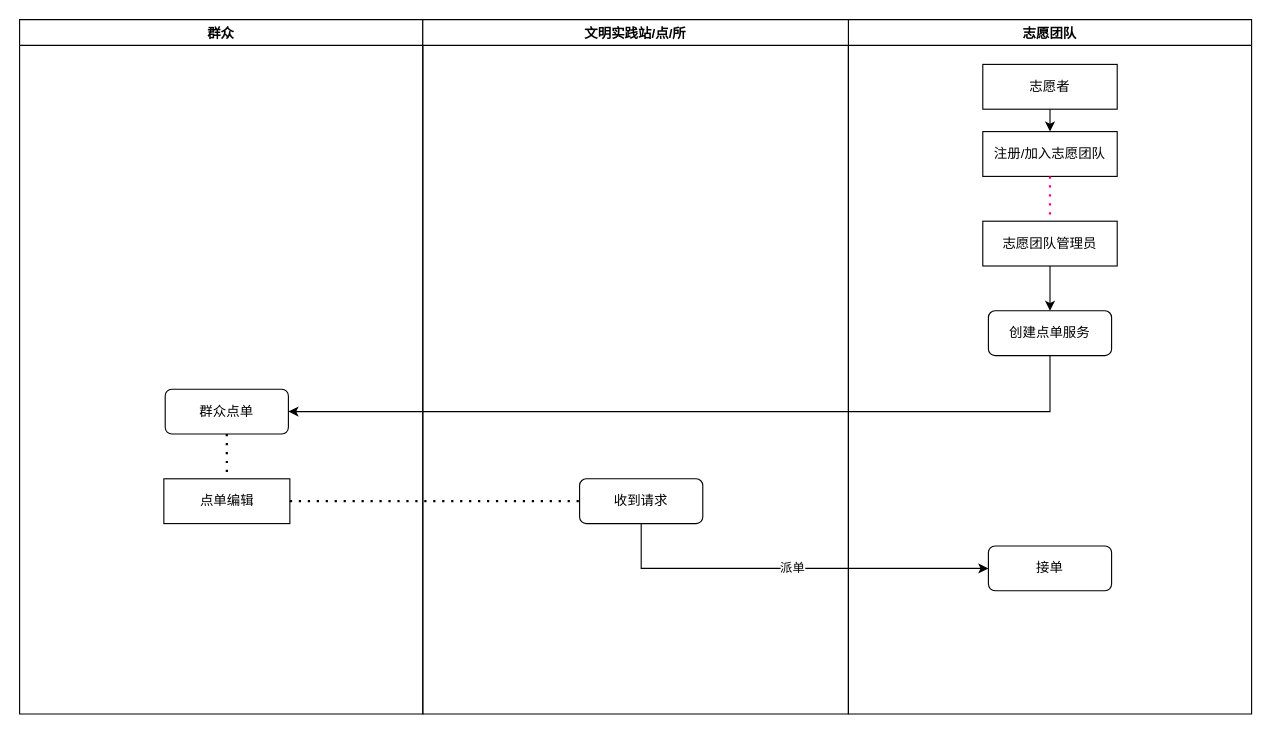
Before: 文明实践-群众点单.drawio in KZ137onethe/hello-world, a draw.io diagram. Source tidied: cells renumbered, new cells numbered last; positions are measured from the earlier drawing's top-left corner, leaving out a move shared by most shapes. Both pictures are drawn from the tidied source at 112%, with x=0, y=0 at pixel (19, 19).
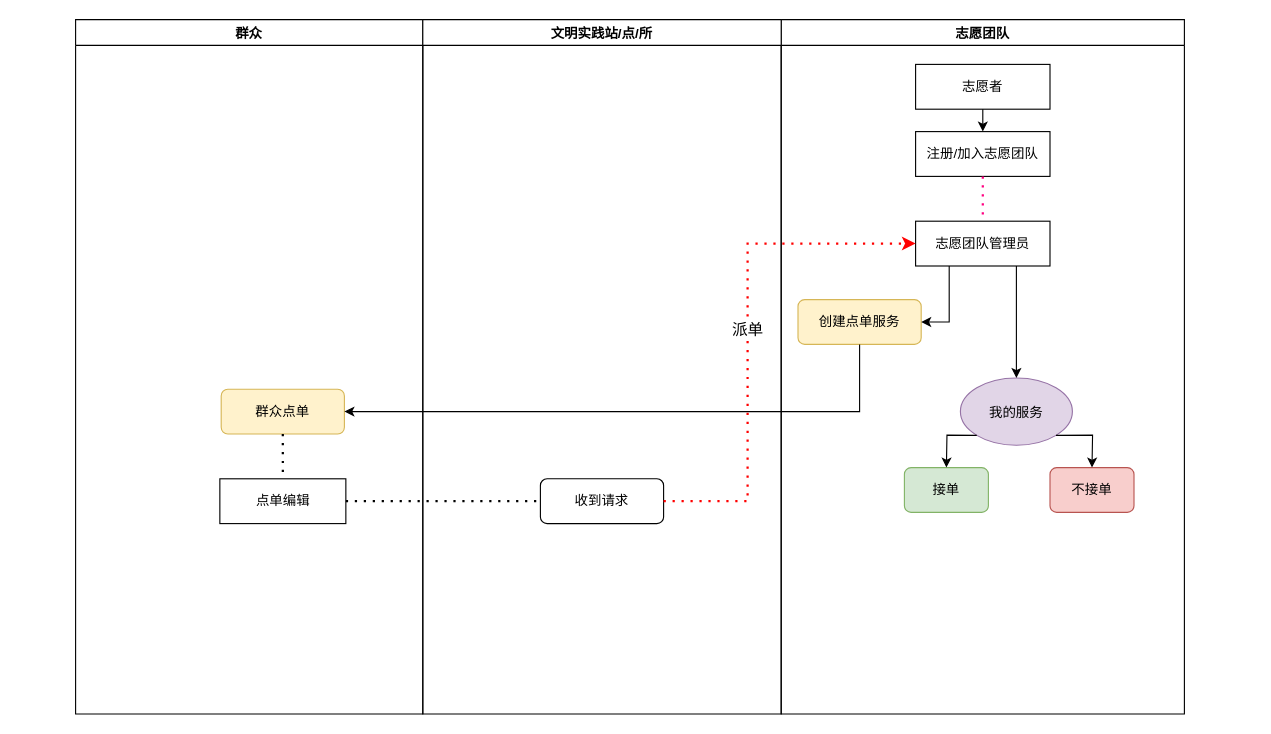
The same diagram, later.

Commit message (it also covers changes not shown here):
文明实践-群众点单.drawio

Unchanged cells that the change refers to:
```xml
<mxCell id="4" value="点单编辑" style="rounded=0;whiteSpace=wrap;html=1;fontColor=default;strokeColor=default;fillColor=default;" parent="2" vertex="1">
  <mxGeometry x="128.8" y="410" width="112.5" height="40" as="geometry" />
</mxCell>
<mxCell id="11" value="&lt;span&gt;志愿团队管理员&lt;/span&gt;" style="rounded=0;whiteSpace=wrap;html=1;fontColor=default;strokeColor=default;fillColor=default;" parent="6" vertex="1">
  <mxGeometry x="120" y="180" width="120" height="40" as="geometry" />
</mxCell>
```

Diff of the diagram source:
```diff
@@
     <mxCell id="2" value="群众" style="swimlane;fillColor=default;strokeColor=default;fontColor=default;" parent="1" vertex="1">
-      <mxGeometry width="360" height="620" as="geometry" />
+      <mxGeometry x="50" width="310" height="620" as="geometry" />
     </mxCell>
-    <mxCell id="3" value="群众点单" style="rounded=1;whiteSpace=wrap;html=1;fillColor=default;strokeColor=default;fontColor=default;" parent="2" vertex="1">
+    <mxCell id="3" value="群众点单" style="rounded=1;whiteSpace=wrap;html=1;fillColor=#fff2cc;strokeColor=#d6b656;fontColor=default;" parent="2" vertex="1">
       <mxGeometry x="130" y="330" width="110" height="40" as="geometry" />
     </mxCell>
@@
     <mxCell id="6" value="志愿团队" style="swimlane;fillColor=default;strokeColor=default;fontColor=default;" parent="1" vertex="1">
-      <mxGeometry x="740" width="360" height="620" as="geometry" />
+      <mxGeometry x="680" width="360" height="620" as="geometry" />
     </mxCell>
-    <mxCell id="7" value="创建点单服务" style="rounded=1;whiteSpace=wrap;html=1;fillColor=default;strokeColor=default;fontColor=default;" parent="6" vertex="1">
-      <mxGeometry x="125" y="260" width="110" height="40" as="geometry" />
+    <mxCell id="7" value="创建点单服务" style="rounded=1;whiteSpace=wrap;html=1;fillColor=#fff2cc;strokeColor=#d6b656;fontColor=default;" parent="6" vertex="1">
+      <mxGeometry x="15" y="250" width="110" height="40" as="geometry" />
     </mxCell>
-    <mxCell id="8" value="接单" style="rounded=1;whiteSpace=wrap;html=1;fillColor=default;strokeColor=default;fontColor=default;" parent="6" vertex="1">
-      <mxGeometry x="125" y="470" width="110" height="40" as="geometry" />
-    </mxCell>
@@
+    <mxCell id="8" value="接单" style="rounded=1;whiteSpace=wrap;html=1;fillColor=#d5e8d4;strokeColor=#82b366;fontColor=default;" parent="6" vertex="1">
+      <mxGeometry x="110" y="400" width="75" height="40" as="geometry" />
+    </mxCell>
+    <mxCell id="20" value="不接单" style="rounded=1;whiteSpace=wrap;html=1;fillColor=#f8cecc;strokeColor=#b85450;fontColor=default;" parent="6" vertex="1">
+      <mxGeometry x="240" y="400" width="75" height="40" as="geometry" />
+    </mxCell>
-    <mxCell id="14" style="endArrow=classic;html=1;rounded=0;labelBackgroundColor=default;fontColor=default;strokeColor=#000000;fillColor=default;exitX=0.5;exitY=1;exitDx=0;exitDy=0;entryX=0.5;entryY=0;entryDx=0;entryDy=0;" parent="6" edge="1" source="11" target="7">
-      <mxGeometry relative="1" as="geometry" />
+    <mxCell id="14" style="endArrow=classic;html=1;rounded=0;labelBackgroundColor=default;fontColor=default;strokeColor=default;fillColor=default;exitX=0.25;exitY=1;exitDx=0;exitDy=0;entryX=1;entryY=0.5;entryDx=0;entryDy=0;" parent="6" edge="1" source="11" target="7">
+      <mxGeometry relative="1" as="geometry">
+        <Array as="points">
+          <mxPoint x="150" y="270" />
+        </Array>
+      </mxGeometry>
     </mxCell>
+    <mxCell id="21" value="&lt;span style=&quot;font-size: 12px&quot;&gt;我的服务&lt;/span&gt;" style="ellipse;whiteSpace=wrap;html=1;fontSize=14;strokeColor=#9673a6;fillColor=#e1d5e7;fontColor=default;" parent="6" vertex="1">
+      <mxGeometry x="160" y="320" width="100" height="60" as="geometry" />
+    </mxCell>
+    <mxCell id="22" style="endArrow=classic;html=1;rounded=0;labelBackgroundColor=default;fontSize=14;fontColor=default;strokeColor=default;fillColor=default;exitX=0;exitY=1;exitDx=0;exitDy=0;entryX=0.5;entryY=0;entryDx=0;entryDy=0;" parent="6" edge="1" source="21" target="8">
+      <mxGeometry relative="1" as="geometry">
+        <Array as="points">
+          <mxPoint x="148" y="371" />
+        </Array>
+      </mxGeometry>
+    </mxCell>
+    <mxCell id="23" style="endArrow=classic;html=1;rounded=0;labelBackgroundColor=default;fontSize=14;fontColor=default;strokeColor=default;fillColor=default;exitX=1;exitY=1;exitDx=0;exitDy=0;entryX=0.5;entryY=0;entryDx=0;entryDy=0;" parent="6" edge="1" source="21" target="20">
+      <mxGeometry relative="1" as="geometry">
+        <Array as="points">
+          <mxPoint x="278" y="371" />
+        </Array>
+      </mxGeometry>
+    </mxCell>
+    <mxCell id="24" style="endArrow=classic;html=1;rounded=0;labelBackgroundColor=default;fontSize=14;fontColor=default;strokeColor=default;fillColor=default;exitX=0.75;exitY=1;exitDx=0;exitDy=0;entryX=0.5;entryY=0;entryDx=0;entryDy=0;" parent="6" edge="1" source="11" target="21">
+      <mxGeometry relative="1" as="geometry" />
+    </mxCell>
     <mxCell id="15" value="文明实践站/点/所" style="swimlane;fillColor=default;strokeColor=default;fontColor=default;" parent="1" vertex="1">
-      <mxGeometry x="360" width="380" height="620" as="geometry" />
+      <mxGeometry x="360" width="320" height="620" as="geometry" />
     </mxCell>
     <mxCell id="16" value="收到请求" style="rounded=1;whiteSpace=wrap;html=1;fillColor=default;strokeColor=default;fontColor=default;" parent="15" vertex="1">
-      <mxGeometry x="140" y="410" width="110" height="40" as="geometry" />
+      <mxGeometry x="105" y="410" width="110" height="40" as="geometry" />
     </mxCell>
     <mxCell id="17" style="endArrow=classic;html=1;rounded=0;fontColor=default;exitX=0.5;exitY=1;exitDx=0;exitDy=0;strokeColor=default;labelBackgroundColor=default;entryX=1;entryY=0.5;entryDx=0;entryDy=0;fillColor=default;" parent="1" edge="1" source="7" target="3">
       <mxGeometry relative="1" as="geometry">
         <Array as="points">
-          <mxPoint x="920" y="350" />
+          <mxPoint x="750" y="350" />
           <mxPoint x="655" y="350" />
         </Array>
       </mxGeometry>
     </mxCell>
+    <mxCell id="19" style="endArrow=none;dashed=1;html=1;dashPattern=1 3;strokeWidth=2;rounded=0;labelBackgroundColor=default;fontColor=default;exitX=1;exitY=0.5;exitDx=0;exitDy=0;strokeColor=default;entryX=0;entryY=0.5;entryDx=0;entryDy=0;fillColor=default;" parent="1" edge="1" source="4" target="16">
+      <mxGeometry relative="1" as="geometry" />
+    </mxCell>
-    <mxCell id="18" value="派单" style="endArrow=classic;html=1;rounded=0;labelBackgroundColor=default;fontColor=default;strokeColor=default;exitX=0.5;exitY=1;exitDx=0;exitDy=0;entryX=0;entryY=0.5;entryDx=0;entryDy=0;fillColor=default;" parent="1" edge="1" source="16" target="8">
+    <mxCell id="18" value="&lt;font style=&quot;font-size: 14px&quot;&gt;派单&lt;/font&gt;" style="endArrow=classic;dashed=1;html=1;dashPattern=1 3;strokeWidth=2;rounded=0;labelBackgroundColor=default;fontColor=default;fillColor=default;exitX=1;exitY=0.5;exitDx=0;exitDy=0;strokeColor=#FF0000;entryX=0;entryY=0.5;entryDx=0;entryDy=0;startArrow=none;startFill=0;endFill=1;" parent="1" edge="1" source="16" target="11">
       <mxGeometry relative="1" as="geometry">
         <Array as="points">
-          <mxPoint x="555" y="490" />
+          <mxPoint x="650" y="430" />
+          <mxPoint x="650" y="200" />
         </Array>
       </mxGeometry>
     </mxCell>
-    <mxCell id="19" style="endArrow=none;dashed=1;html=1;dashPattern=1 3;strokeWidth=2;rounded=0;labelBackgroundColor=default;fontColor=default;exitX=1;exitY=0.5;exitDx=0;exitDy=0;strokeColor=default;entryX=0;entryY=0.5;entryDx=0;entryDy=0;fillColor=default;" parent="1" edge="1" source="4" target="16">
-      <mxGeometry relative="1" as="geometry" />
-    </mxCell>
```
